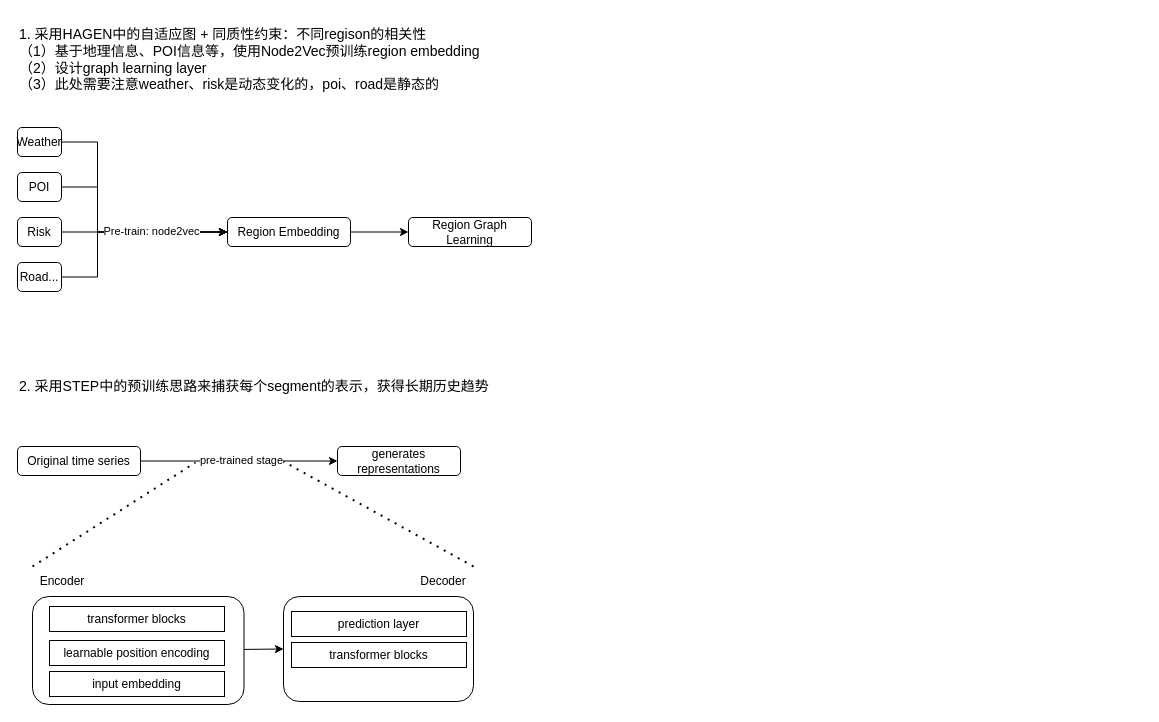
GPlaying/brain_map keeps this draw.io diagram as page "思路三" (6 of 6) of 天气驱动城市数据挖掘.drawio. Above is the earlier version. Source tidied: cells renumbered, new cells numbered last; positions are measured from the earlier drawing's top-left corner, leaving out a move shared by most shapes. Both pictures are drawn from the tidied source at 100%, with x=0, y=0 at pixel (17, 19).
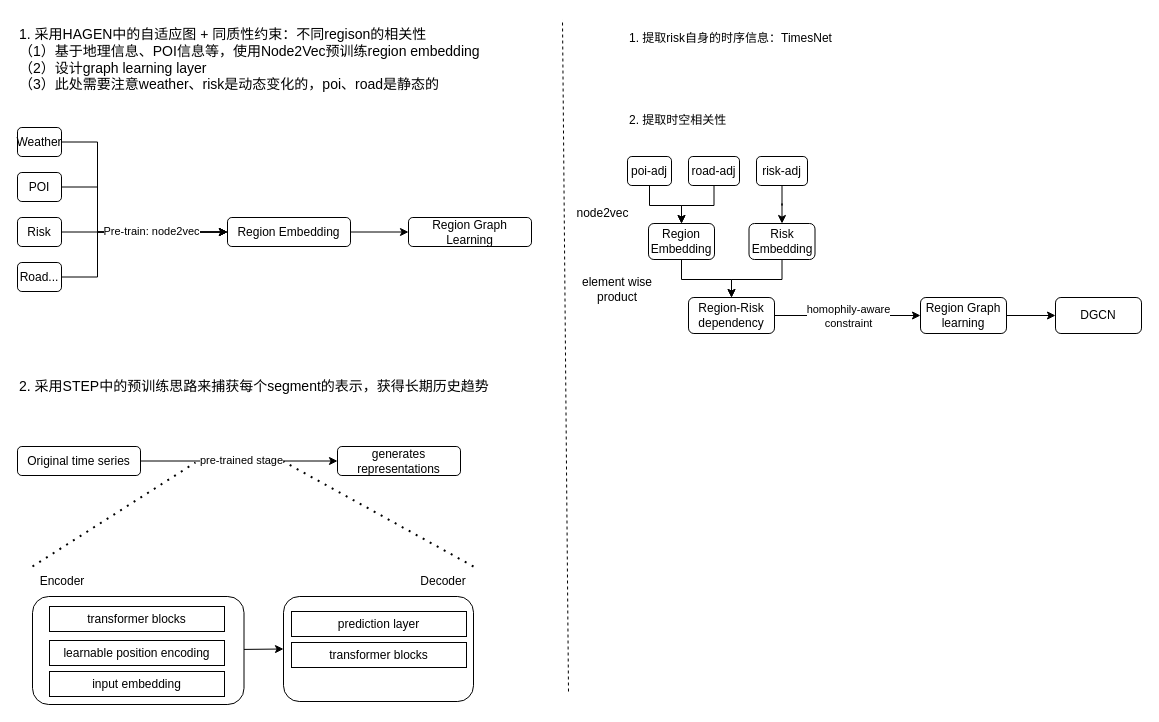
The same diagram, later.

Commit message:
更新天气驱动城市数据挖掘.drawio

What changed in the source:
```diff
@@
+    <mxCell id="32" style="endArrow=none;dashed=1;html=1;rounded=0;" parent="1" edge="1">
+      <mxGeometry relative="1" as="geometry">
+        <mxPoint x="551" y="672" as="sourcePoint" />
+        <mxPoint x="545" as="targetPoint" />
+      </mxGeometry>
+    </mxCell>
+    <mxCell id="33" value="1. 提取risk自身的时序信息：TimesNet" style="text;html=1;strokeColor=none;fillColor=none;align=left;verticalAlign=middle;whiteSpace=wrap;rounded=0;" parent="1" vertex="1">
+      <mxGeometry x="610" y="-2" width="246" height="41" as="geometry" />
+    </mxCell>
+    <mxCell id="34" value="2. 提取时空相关性" style="text;html=1;strokeColor=none;fillColor=none;align=left;verticalAlign=middle;whiteSpace=wrap;rounded=0;" parent="1" vertex="1">
+      <mxGeometry x="610" y="80" width="246" height="41" as="geometry" />
+    </mxCell>
+    <mxCell id="35" style="edgeStyle=orthogonalEdgeStyle;rounded=0;jettySize=auto;html=1;entryX=0.5;entryY=0;entryDx=0;entryDy=0;" parent="1" edge="1" source="36" target="42">
+      <mxGeometry relative="1" as="geometry" />
+    </mxCell>
+    <mxCell id="36" value="poi-adj" style="rounded=1;whiteSpace=wrap;html=1;" parent="1" vertex="1">
+      <mxGeometry x="610" y="137" width="44" height="29" as="geometry" />
+    </mxCell>
+    <mxCell id="37" style="edgeStyle=orthogonalEdgeStyle;rounded=0;jettySize=auto;html=1;entryX=0.5;entryY=0;entryDx=0;entryDy=0;" parent="1" edge="1" source="38" target="42">
+      <mxGeometry relative="1" as="geometry" />
+    </mxCell>
+    <mxCell id="38" value="road-adj" style="rounded=1;whiteSpace=wrap;html=1;" parent="1" vertex="1">
+      <mxGeometry x="671" y="137" width="51" height="29" as="geometry" />
+    </mxCell>
+    <mxCell id="39" style="edgeStyle=orthogonalEdgeStyle;rounded=0;jettySize=auto;html=1;" parent="1" edge="1" source="40" target="44">
+      <mxGeometry relative="1" as="geometry" />
+    </mxCell>
+    <mxCell id="40" value="risk-adj" style="rounded=1;whiteSpace=wrap;html=1;" parent="1" vertex="1">
+      <mxGeometry x="739" y="137" width="51" height="29" as="geometry" />
+    </mxCell>
+    <mxCell id="41" style="edgeStyle=orthogonalEdgeStyle;rounded=0;jettySize=auto;html=1;entryX=0.5;entryY=0;entryDx=0;entryDy=0;" parent="1" edge="1" source="42" target="48">
+      <mxGeometry relative="1" as="geometry" />
+    </mxCell>
+    <mxCell id="42" value="Region Embedding" style="rounded=1;whiteSpace=wrap;html=1;" parent="1" vertex="1">
+      <mxGeometry x="631" y="204" width="66" height="36" as="geometry" />
+    </mxCell>
+    <mxCell id="43" style="edgeStyle=orthogonalEdgeStyle;rounded=0;jettySize=auto;html=1;entryX=0.5;entryY=0;entryDx=0;entryDy=0;" parent="1" edge="1" source="44" target="48">
+      <mxGeometry relative="1" as="geometry" />
+    </mxCell>
+    <mxCell id="44" value="Risk Embedding" style="rounded=1;whiteSpace=wrap;html=1;" parent="1" vertex="1">
+      <mxGeometry x="731.5" y="204" width="66" height="36" as="geometry" />
+    </mxCell>
+    <mxCell id="45" value="node2vec" style="text;html=1;strokeColor=none;fillColor=none;align=center;verticalAlign=middle;whiteSpace=wrap;rounded=0;" parent="1" vertex="1">
+      <mxGeometry x="561" y="184" width="49" height="20" as="geometry" />
+    </mxCell>
+    <mxCell id="46" style="edgeStyle=orthogonalEdgeStyle;rounded=0;jettySize=auto;html=1;entryX=0;entryY=0.5;entryDx=0;entryDy=0;" parent="1" edge="1" source="48" target="51">
+      <mxGeometry relative="1" as="geometry" />
+    </mxCell>
+    <mxCell id="47" value="homophily-aware &lt;br&gt;constraint" style="edgeLabel;html=1;align=center;verticalAlign=middle;" parent="46" vertex="1">
+      <mxGeometry x="-0.26" y="-2" relative="1" as="geometry">
+        <mxPoint x="19" y="-2" as="offset" />
+      </mxGeometry>
+    </mxCell>
+    <mxCell id="48" value="Region-Risk dependency" style="rounded=1;whiteSpace=wrap;html=1;" parent="1" vertex="1">
+      <mxGeometry x="671" y="278" width="86" height="36" as="geometry" />
+    </mxCell>
+    <mxCell id="49" value="element wise product" style="text;html=1;strokeColor=none;fillColor=none;align=center;verticalAlign=middle;whiteSpace=wrap;rounded=0;" parent="1" vertex="1">
+      <mxGeometry x="561" y="254" width="78" height="31" as="geometry" />
+    </mxCell>
+    <mxCell id="50" style="edgeStyle=orthogonalEdgeStyle;rounded=0;jettySize=auto;html=1;" parent="1" edge="1" source="51" target="52">
+      <mxGeometry relative="1" as="geometry" />
+    </mxCell>
+    <mxCell id="51" value="Region Graph learning" style="rounded=1;whiteSpace=wrap;html=1;" parent="1" vertex="1">
+      <mxGeometry x="903" y="278" width="86" height="36" as="geometry" />
+    </mxCell>
+    <mxCell id="52" value="DGCN" style="rounded=1;whiteSpace=wrap;html=1;" parent="1" vertex="1">
+      <mxGeometry x="1038" y="278" width="86" height="36" as="geometry" />
+    </mxCell>
```
